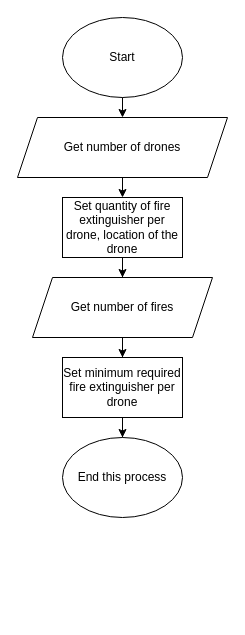
Earlier version of the draw.io diagram page "Initialization" (2 of 9) of Flowcharts/overall-program-flowchart.drawio (kshaji3/ACO-drone-firefighting). Source tidied: cells renumbered, new cells numbered last; positions are measured from the earlier drawing's top-left corner, leaving out a move shared by most shapes. Both pictures are drawn from the tidied source at 100%, with x=0, y=0 at pixel (17, 17).
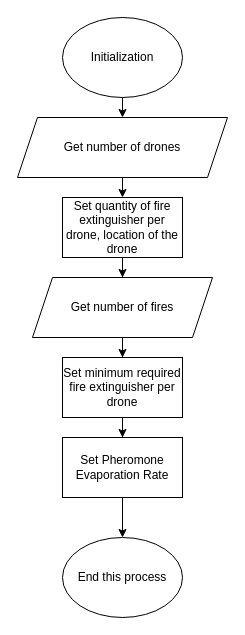
The same diagram, later.

Diff of the diagram source:
```diff
@@
 <mxGraphModel>
   <root>
     <mxCell id="0" />
     <mxCell id="1" parent="0" />
-    <mxCell id="2" value="Start" style="ellipse;whiteSpace=wrap;html=1;" parent="1" vertex="1">
+    <mxCell id="2" value="Initialization" style="ellipse;whiteSpace=wrap;html=1;" parent="1" vertex="1">
       <mxGeometry x="45" width="120" height="80" as="geometry" />
     </mxCell>
     <mxCell id="3" value="Get number of drones" style="shape=parallelogram;perimeter=parallelogramPerimeter;whiteSpace=wrap;html=1;fixedSize=1;" parent="1" vertex="1">
       <mxGeometry y="100" width="210" height="60" as="geometry" />
     </mxCell>
     <mxCell id="4" style="endArrow=classic;html=1;exitX=0.5;exitY=1;exitDx=0;exitDy=0;entryX=0.5;entryY=0;entryDx=0;entryDy=0;" parent="1" edge="1" source="2" target="3">
       <mxGeometry relative="1" as="geometry" />
     </mxCell>
     <mxCell id="5" style="endArrow=classic;html=1;exitX=0.5;exitY=1;exitDx=0;exitDy=0;" parent="1" edge="1" source="3" target="7">
       <mxGeometry relative="1" as="geometry" />
     </mxCell>
     <mxCell id="6" style="edgeStyle=orthogonalEdgeStyle;rounded=0;jettySize=auto;html=1;" parent="1" edge="1" source="7" target="9">
       <mxGeometry relative="1" as="geometry" />
     </mxCell>
     <mxCell id="7" value="Set quantity of fire extinguisher per drone, location of the drone" style="rounded=0;whiteSpace=wrap;html=1;" parent="1" vertex="1">
       <mxGeometry x="45" y="180" width="120" height="60" as="geometry" />
     </mxCell>
     <mxCell id="8" style="edgeStyle=orthogonalEdgeStyle;rounded=0;jettySize=auto;html=1;" parent="1" edge="1" source="9" target="11">
       <mxGeometry relative="1" as="geometry" />
     </mxCell>
     <mxCell id="9" value="Get number of fires" style="shape=parallelogram;perimeter=parallelogramPerimeter;whiteSpace=wrap;html=1;fixedSize=1;rounded=0;" parent="1" vertex="1">
       <mxGeometry x="15" y="260" width="180" height="60" as="geometry" />
     </mxCell>
-    <mxCell id="10" style="edgeStyle=orthogonalEdgeStyle;rounded=0;jettySize=auto;html=1;" parent="1" edge="1" source="11" target="12">
-      <mxGeometry relative="1" as="geometry" />
-    </mxCell>
+    <mxCell id="13" style="edgeStyle=orthogonalEdgeStyle;rounded=0;jettySize=auto;html=1;" parent="1" edge="1" source="11" target="15">
+      <mxGeometry relative="1" as="geometry" />
+    </mxCell>
     <mxCell id="11" value="Set minimum required fire extinguisher per drone" style="whiteSpace=wrap;html=1;rounded=0;" parent="1" vertex="1">
       <mxGeometry x="45" y="340" width="120" height="60" as="geometry" />
     </mxCell>
     <mxCell id="12" value="End this process" style="ellipse;whiteSpace=wrap;html=1;rounded=0;" parent="1" vertex="1">
-      <mxGeometry x="45" y="420" width="120" height="80" as="geometry" />
+      <mxGeometry x="45" y="520" width="120" height="80" as="geometry" />
     </mxCell>
+    <mxCell id="14" style="edgeStyle=orthogonalEdgeStyle;rounded=0;jettySize=auto;html=1;" parent="1" edge="1" source="15" target="12">
+      <mxGeometry relative="1" as="geometry" />
+    </mxCell>
+    <mxCell id="15" value="Set Pheromone Evaporation Rate" style="whiteSpace=wrap;html=1;rounded=0;" parent="1" vertex="1">
+      <mxGeometry x="45" y="420" width="120" height="60" as="geometry" />
+    </mxCell>
   </root>
 </mxGraphModel>
```
